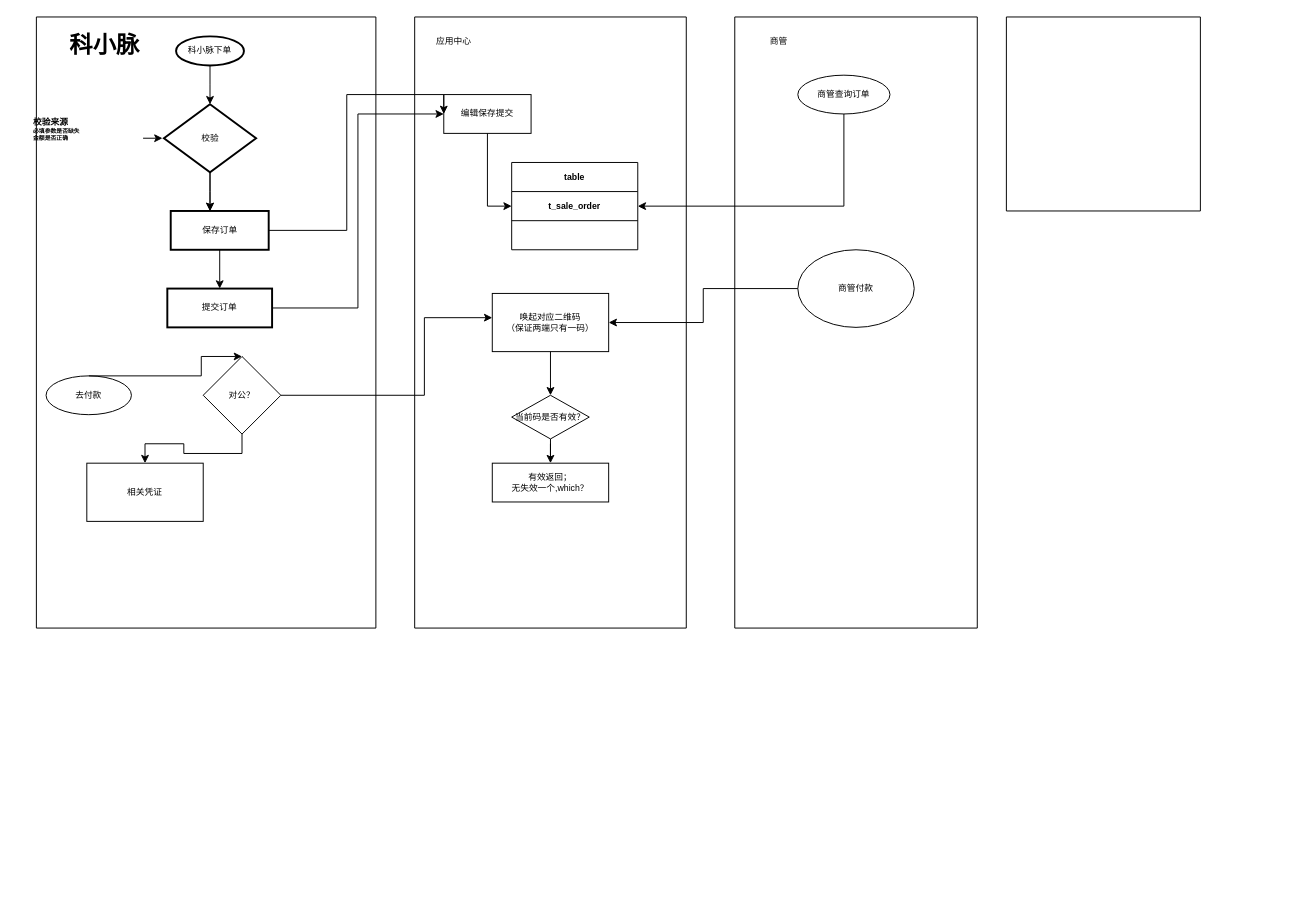
duoduoCain/blog keeps this draw.io diagram as page "第 1 页" (1 of 2) of 231流程.drawio. Above is the earlier version. Source tidied: cells renumbered, new cells numbered last; positions are measured from the earlier drawing's top-left corner, leaving out a move shared by most shapes. Both pictures are drawn from the tidied source at 97%, with x=0, y=0 at pixel (28, 16).
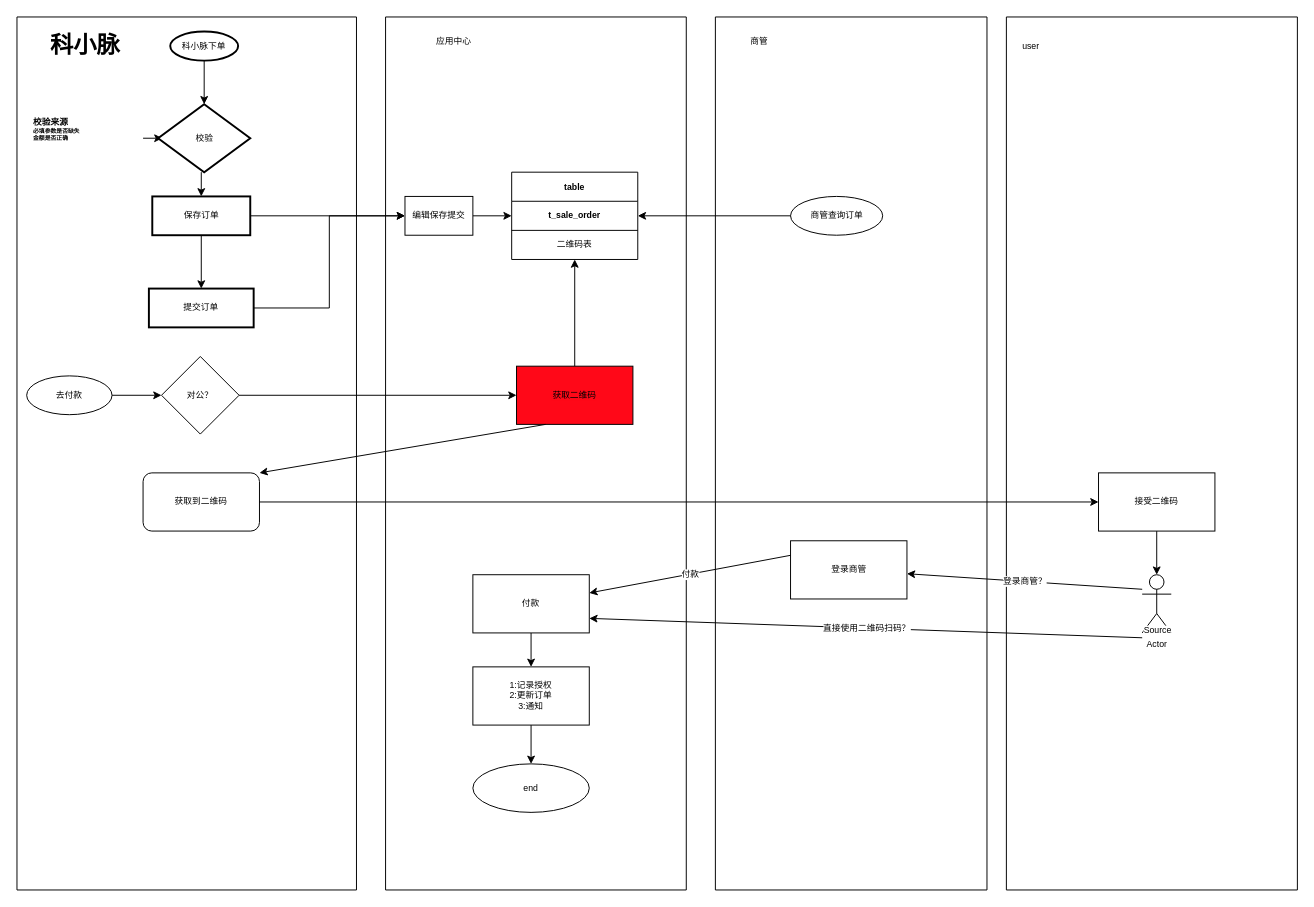
The same page after the edit.

Unchanged cells that the change refers to:
```xml
<mxCell id="14" value="去付款" style="ellipse;whiteSpace=wrap;html=1;fontSize=9;" parent="9" vertex="1">
  <mxGeometry x="10" y="370" width="88" height="40" as="geometry" />
</mxCell>
<mxCell id="19" style="shape=tableRow;horizontal=0;startSize=0;swimlaneHead=0;swimlaneBody=0;top=0;left=0;bottom=0;right=0;fillColor=none;points=[[0,0.5],[1,0.5]];portConstraint=eastwest;fontSize=9;" parent="18" vertex="1">
  <mxGeometry y="30" width="130" height="30" as="geometry" />
</mxCell>
<mxCell id="21" style="shape=tableRow;horizontal=0;startSize=0;swimlaneHead=0;swimlaneBody=0;top=0;left=0;bottom=0;right=0;fillColor=none;fontSize=9;" parent="18" vertex="1">
  <mxGeometry y="60" width="130" height="30" as="geometry" />
</mxCell>
```

Change to the diagram source:
```diff
@@
-    <mxCell id="2" style="edgeStyle=orthogonalEdgeStyle;rounded=0;jettySize=auto;html=1;exitX=0.5;exitY=1;exitDx=0;exitDy=0;exitPerimeter=0;fontSize=9;" parent="1" edge="1" source="3">
-      <mxGeometry relative="1" as="geometry">
-        <mxPoint x="187" y="90" as="targetPoint" />
-      </mxGeometry>
-    </mxCell>
-    <mxCell id="3" value="&lt;h6 style=&quot;font-size: 9px;&quot;&gt;&lt;font style=&quot;font-weight: normal; font-size: 9px;&quot;&gt;科小脉下单&lt;/font&gt;&lt;/h6&gt;" style="strokeWidth=2;html=1;shape=mxgraph.flowchart.start_1;whiteSpace=wrap;fontSize=9;" parent="1" vertex="1">
-      <mxGeometry x="152" y="20" width="70" height="30" as="geometry" />
-    </mxCell>
-    <mxCell id="4" style="edgeStyle=orthogonalEdgeStyle;rounded=0;jettySize=auto;html=1;fontSize=9;" parent="1" edge="1" source="6">
-      <mxGeometry relative="1" as="geometry">
-        <mxPoint x="187" y="200" as="targetPoint" />
-      </mxGeometry>
-    </mxCell>
-    <mxCell id="5" style="edgeStyle=orthogonalEdgeStyle;rounded=0;jettySize=auto;html=1;fontSize=9;" parent="1" edge="1" source="6">
-      <mxGeometry relative="1" as="geometry">
-        <mxPoint x="187" y="200" as="targetPoint" />
-      </mxGeometry>
-    </mxCell>
-    <mxCell id="6" value="校验" style="strokeWidth=2;html=1;shape=mxgraph.flowchart.decision;whiteSpace=wrap;fontSize=9;" parent="1" vertex="1">
-      <mxGeometry x="139.5" y="90" width="95" height="70" as="geometry" />
-    </mxCell>
@@
     <mxCell id="9" style="swimlane;startSize=0;fontSize=9;" parent="1" vertex="1">
-      <mxGeometry x="8" width="350" height="630" as="geometry" />
+      <mxGeometry x="-12" width="350" height="900" as="geometry" />
     </mxCell>
     <mxCell id="10" value="提交订单" style="whiteSpace=wrap;html=1;fontSize=9;strokeWidth=2;" parent="9" vertex="1">
-      <mxGeometry x="135" y="280" width="108" height="40" as="geometry" />
+      <mxGeometry x="136" y="280" width="108" height="40" as="geometry" />
     </mxCell>
     <mxCell id="11" value="保存订单" style="whiteSpace=wrap;html=1;strokeWidth=2;fontSize=9;" parent="9" vertex="1">
-      <mxGeometry x="138.5" y="200" width="101" height="40" as="geometry" />
+      <mxGeometry x="139.5" y="185" width="101" height="40" as="geometry" />
     </mxCell>
@@
+    <mxCell id="39" style="edgeStyle=orthogonalEdgeStyle;rounded=0;jettySize=auto;html=1;exitX=1;exitY=0.5;exitDx=0;exitDy=0;fontSize=9;" parent="9" edge="1" source="14" target="38">
+      <mxGeometry relative="1" as="geometry" />
+    </mxCell>
@@
-    <mxCell id="15" value="相关凭证" style="whiteSpace=wrap;html=1;fontSize=9;" parent="9" vertex="1">
-      <mxGeometry x="52" y="460" width="120" height="60" as="geometry" />
-    </mxCell>
+    <mxCell id="38" value="对公？" style="rhombus;whiteSpace=wrap;html=1;fontSize=9;" parent="9" vertex="1">
+      <mxGeometry x="149" y="350" width="80" height="80" as="geometry" />
+    </mxCell>
+    <mxCell id="43" value="获取到二维码" style="rounded=1;whiteSpace=wrap;html=1;labelBackgroundColor=#FFFFFF;fontSize=9;fillColor=#FFFFFF;gradientColor=none;" parent="9" vertex="1">
+      <mxGeometry x="130" y="470" width="120" height="60" as="geometry" />
+    </mxCell>
+    <mxCell id="6" value="校验" style="strokeWidth=2;html=1;shape=mxgraph.flowchart.decision;whiteSpace=wrap;fontSize=9;" parent="9" vertex="1">
+      <mxGeometry x="145.5" y="90" width="95" height="70" as="geometry" />
+    </mxCell>
+    <mxCell id="3" value="&lt;h6 style=&quot;font-size: 9px;&quot;&gt;&lt;font style=&quot;font-weight: normal; font-size: 9px;&quot;&gt;科小脉下单&lt;/font&gt;&lt;/h6&gt;" style="strokeWidth=2;html=1;shape=mxgraph.flowchart.start_1;whiteSpace=wrap;fontSize=9;" parent="9" vertex="1">
+      <mxGeometry x="158" y="15" width="70" height="30" as="geometry" />
+    </mxCell>
+    <mxCell id="44" style="endArrow=classic;html=1;rounded=0;fontSize=9;entryX=0.5;entryY=0;entryDx=0;entryDy=0;" parent="9" edge="1" target="11">
+      <mxGeometry relative="1" as="geometry">
+        <mxPoint x="190" y="160" as="sourcePoint" />
+      </mxGeometry>
+    </mxCell>
+    <mxCell id="45" style="edgeLabel;html=1;align=center;verticalAlign=middle;labelBackgroundColor=#FFFFFF;fontSize=9;fillColor=#FFFFFF;gradientColor=none;" parent="44" vertex="1">
+      <mxGeometry relative="1" as="geometry" />
+    </mxCell>
+    <mxCell id="46" style="endArrow=classic;html=1;rounded=0;fontSize=9;entryX=0.5;entryY=0;entryDx=0;entryDy=0;entryPerimeter=0;" parent="9" edge="1" source="3" target="6">
+      <mxGeometry relative="1" as="geometry" />
+    </mxCell>
+    <mxCell id="47" style="edgeLabel;html=1;align=center;verticalAlign=middle;labelBackgroundColor=#FFFFFF;fontSize=9;fillColor=#FFFFFF;gradientColor=none;" parent="46" vertex="1">
+      <mxGeometry relative="1" as="geometry" />
+    </mxCell>
+    <mxCell id="29" style="edgeStyle=orthogonalEdgeStyle;rounded=0;jettySize=auto;html=1;exitX=1;exitY=0.5;exitDx=0;exitDy=0;entryX=0;entryY=0.5;entryDx=0;entryDy=0;fontSize=9;" parent="1" edge="1" source="11" target="17">
+      <mxGeometry relative="1" as="geometry">
+        <Array as="points">
+          <mxPoint x="228" y="205" />
+        </Array>
+      </mxGeometry>
+    </mxCell>
+    <mxCell id="30" style="edgeStyle=orthogonalEdgeStyle;rounded=0;jettySize=auto;html=1;entryX=0;entryY=0.5;entryDx=0;entryDy=0;fontSize=9;" parent="1" edge="1" source="10" target="17">
+      <mxGeometry relative="1" as="geometry" />
+    </mxCell>
+    <mxCell id="31" style="swimlane;startSize=0;fontSize=9;" parent="1" vertex="1">
+      <mxGeometry x="708" width="280" height="900" as="geometry" />
+    </mxCell>
+    <mxCell id="32" value="商管" style="text;html=1;align=center;verticalAlign=middle;strokeColor=none;fillColor=none;fontSize=9;" parent="31" vertex="1">
+      <mxGeometry x="20" y="10" width="50" height="30" as="geometry" />
+    </mxCell>
+    <mxCell id="33" value="商管查询订单" style="ellipse;whiteSpace=wrap;html=1;fontSize=9;" parent="31" vertex="1">
+      <mxGeometry x="77.5" y="185" width="95" height="40" as="geometry" />
+    </mxCell>
+    <mxCell id="48" value="登录商管" style="rounded=0;whiteSpace=wrap;html=1;labelBackgroundColor=#FFFFFF;fontSize=9;fillColor=#FFFFFF;gradientColor=none;" parent="31" vertex="1">
+      <mxGeometry x="77.5" y="540" width="120" height="60" as="geometry" />
+    </mxCell>
+    <mxCell id="35" value="应用中心" style="text;html=1;align=center;verticalAlign=middle;strokeColor=none;fillColor=none;fontSize=9;" parent="1" vertex="1">
+      <mxGeometry x="398" y="10" width="80" height="30" as="geometry" />
+    </mxCell>
+    <mxCell id="40" style="edgeStyle=orthogonalEdgeStyle;rounded=0;jettySize=auto;html=1;entryX=1;entryY=0.5;entryDx=0;entryDy=0;fontSize=9;" parent="1" edge="1" source="33" target="19">
+      <mxGeometry relative="1" as="geometry" />
+    </mxCell>
+    <mxCell id="42" style="swimlane;startSize=0;fontSize=9;" parent="1" vertex="1">
+      <mxGeometry x="1008" width="300" height="900" as="geometry" />
+    </mxCell>
+    <mxCell id="49" value="user" style="text;html=1;align=center;verticalAlign=middle;strokeColor=none;fillColor=none;fontSize=9;" parent="42" vertex="1">
+      <mxGeometry y="15" width="50" height="30" as="geometry" />
+    </mxCell>
+    <mxCell id="50" style="edgeStyle=orthogonalEdgeStyle;rounded=0;jettySize=auto;html=1;entryX=0.5;entryY=0;entryDx=0;entryDy=0;entryPerimeter=0;fontSize=9;" parent="42" edge="1" source="51" target="52">
+      <mxGeometry relative="1" as="geometry" />
+    </mxCell>
+    <mxCell id="51" value="接受二维码" style="rounded=0;whiteSpace=wrap;html=1;labelBackgroundColor=#FFFFFF;fontSize=9;fillColor=#FFFFFF;gradientColor=none;" parent="42" vertex="1">
+      <mxGeometry x="95" y="470" width="120" height="60" as="geometry" />
+    </mxCell>
+    <mxCell id="52" value="Actor" style="shape=umlActor;verticalLabelPosition=bottom;verticalAlign=top;html=1;outlineConnect=0;labelBackgroundColor=#FFFFFF;fontSize=9;fillColor=#FFFFFF;gradientColor=none;" parent="42" vertex="1">
+      <mxGeometry x="140" y="575" width="30" height="60" as="geometry" />
+    </mxCell>
+    <mxCell id="53" style="endArrow=classic;html=1;rounded=0;fontSize=9;" parent="42" edge="1" target="48">
+      <mxGeometry relative="1" as="geometry">
+        <mxPoint x="140" y="590" as="sourcePoint" />
+      </mxGeometry>
+    </mxCell>
+    <mxCell id="54" value="登录商管？" style="edgeLabel;html=1;align=center;verticalAlign=middle;labelBackgroundColor=#FFFFFF;fontSize=9;fillColor=#FFFFFF;gradientColor=none;" parent="53" vertex="1">
+      <mxGeometry relative="1" as="geometry" />
+    </mxCell>
+    <mxCell id="55" style="endArrow=classic;html=1;rounded=0;fontSize=9;entryX=1;entryY=0.75;entryDx=0;entryDy=0;" parent="42" edge="1" target="61">
+      <mxGeometry relative="1" as="geometry">
+        <mxPoint x="140" y="640" as="sourcePoint" />
+      </mxGeometry>
+    </mxCell>
+    <mxCell id="56" value="直接使用二维码扫码？" style="edgeLabel;html=1;align=center;verticalAlign=middle;labelBackgroundColor=#FFFFFF;fontSize=9;fillColor=#FFFFFF;gradientColor=none;" parent="55" vertex="1">
+      <mxGeometry relative="1" as="geometry" />
+    </mxCell>
+    <mxCell id="57" value="Source" style="edgeLabel;html=1;align=left;verticalAlign=bottom;labelBackgroundColor=#FFFFFF;fontSize=9;fillColor=#FFFFFF;gradientColor=none;" parent="55" vertex="1">
+      <mxGeometry x="-1" relative="1" as="geometry" />
+    </mxCell>
-    <mxCell id="16" style="swimlane;startSize=0;fontSize=9;" parent="1" vertex="1">
-      <mxGeometry x="398" width="280" height="630" as="geometry" />
+    <mxCell id="16" style="swimlane;startSize=0;fontSize=9;fillColor=#FF0818;labelBackgroundColor=#FF0818;" parent="1" vertex="1">
+      <mxGeometry x="368" width="310" height="900" as="geometry" />
     </mxCell>
+    <mxCell id="23" style="edgeStyle=orthogonalEdgeStyle;rounded=0;jettySize=auto;html=1;entryX=0;entryY=0.5;entryDx=0;entryDy=0;fontSize=9;" parent="16" edge="1" source="17" target="19">
+      <mxGeometry relative="1" as="geometry" />
+    </mxCell>
     <mxCell id="17" value="编辑保存提交" style="rounded=0;whiteSpace=wrap;html=1;fontSize=9;" parent="16" vertex="1">
-      <mxGeometry x="30" y="80" width="90" height="40" as="geometry" />
+      <mxGeometry x="20" y="185" width="70" height="40" as="geometry" />
     </mxCell>
     <mxCell id="18" value="table" style="shape=table;startSize=30;childLayout=tableLayout;fontStyle=1;align=center;fontSize=9;" parent="16" vertex="1">
-      <mxGeometry x="100" y="150" width="130" height="90" as="geometry" />
+      <mxGeometry x="130" y="160" width="130" height="90" as="geometry" />
     </mxCell>
@@
-    <mxCell id="22" style="shape=partialRectangle;html=1;whiteSpace=wrap;fillColor=none;top=0;left=0;bottom=0;right=0;overflow=hidden;fontSize=9;" parent="21" vertex="1">
+    <mxCell id="22" value="二维码表" style="shape=partialRectangle;html=1;whiteSpace=wrap;fillColor=none;top=0;left=0;bottom=0;right=0;overflow=hidden;fontSize=9;" parent="21" vertex="1">
       <mxGeometry width="130" height="30" as="geometry" />
     </mxCell>
-    <mxCell id="23" style="edgeStyle=orthogonalEdgeStyle;rounded=0;jettySize=auto;html=1;exitX=0.5;exitY=1;exitDx=0;exitDy=0;entryX=0;entryY=0.5;entryDx=0;entryDy=0;fontSize=9;" parent="16" edge="1" source="17" target="19">
-      <mxGeometry relative="1" as="geometry" />
-    </mxCell>
-    <mxCell id="24" value="唤起对应二维码&lt;br&gt;（保证两端只有一码）" style="whiteSpace=wrap;html=1;fontSize=9;" parent="16" vertex="1">
-      <mxGeometry x="80" y="285" width="120" height="60" as="geometry" />
-    </mxCell>
-    <mxCell id="25" value="当前码是否有效？" style="rhombus;whiteSpace=wrap;html=1;fontSize=9;" parent="16" vertex="1">
-      <mxGeometry x="100" y="390" width="80" height="45" as="geometry" />
-    </mxCell>
-    <mxCell id="26" style="edgeStyle=orthogonalEdgeStyle;rounded=0;jettySize=auto;html=1;fontSize=9;" parent="16" edge="1" source="24" target="25">
-      <mxGeometry relative="1" as="geometry" />
-    </mxCell>
-    <mxCell id="27" value="有效返回；&lt;br&gt;无失效一个,which？" style="whiteSpace=wrap;html=1;fontSize=9;" parent="16" vertex="1">
-      <mxGeometry x="80" y="460" width="120" height="40" as="geometry" />
-    </mxCell>
-    <mxCell id="28" style="edgeStyle=orthogonalEdgeStyle;rounded=0;jettySize=auto;html=1;fontSize=9;" parent="16" edge="1" source="25" target="27">
-      <mxGeometry relative="1" as="geometry" />
-    </mxCell>
-    <mxCell id="29" style="edgeStyle=orthogonalEdgeStyle;rounded=0;jettySize=auto;html=1;exitX=1;exitY=0.5;exitDx=0;exitDy=0;entryX=0;entryY=0.5;entryDx=0;entryDy=0;fontSize=9;" parent="1" edge="1" source="11" target="17">
-      <mxGeometry relative="1" as="geometry">
-        <Array as="points">
-          <mxPoint x="328" y="220" />
-          <mxPoint x="328" y="80" />
-        </Array>
-      </mxGeometry>
-    </mxCell>
-    <mxCell id="30" style="edgeStyle=orthogonalEdgeStyle;rounded=0;jettySize=auto;html=1;entryX=0;entryY=0.5;entryDx=0;entryDy=0;fontSize=9;" parent="1" edge="1" source="10" target="17">
-      <mxGeometry relative="1" as="geometry" />
-    </mxCell>
-    <mxCell id="31" style="swimlane;startSize=0;fontSize=9;" parent="1" vertex="1">
-      <mxGeometry x="728" width="250" height="630" as="geometry" />
-    </mxCell>
-    <mxCell id="32" value="商管" style="text;html=1;align=center;verticalAlign=middle;strokeColor=none;fillColor=none;fontSize=9;" parent="31" vertex="1">
-      <mxGeometry x="20" y="10" width="50" height="30" as="geometry" />
-    </mxCell>
-    <mxCell id="33" value="商管查询订单" style="ellipse;whiteSpace=wrap;html=1;fontSize=9;" parent="31" vertex="1">
-      <mxGeometry x="65" y="60" width="95" height="40" as="geometry" />
-    </mxCell>
-    <mxCell id="34" value="商管付款" style="ellipse;whiteSpace=wrap;html=1;fontSize=9;" parent="31" vertex="1">
-      <mxGeometry x="65" y="240" width="120" height="80" as="geometry" />
-    </mxCell>
-    <mxCell id="35" value="应用中心" style="text;html=1;align=center;verticalAlign=middle;strokeColor=none;fillColor=none;fontSize=9;" parent="1" vertex="1">
-      <mxGeometry x="398" y="10" width="80" height="30" as="geometry" />
-    </mxCell>
-    <mxCell id="36" style="edgeStyle=orthogonalEdgeStyle;rounded=0;jettySize=auto;html=1;fontSize=9;" parent="1" edge="1" source="38" target="15">
-      <mxGeometry relative="1" as="geometry" />
-    </mxCell>
-    <mxCell id="37" style="edgeStyle=orthogonalEdgeStyle;rounded=0;jettySize=auto;html=1;fontSize=9;" parent="1" edge="1" source="38" target="24">
-      <mxGeometry relative="1" as="geometry">
-        <Array as="points">
-          <mxPoint x="408" y="390" />
-          <mxPoint x="408" y="310" />
-        </Array>
-      </mxGeometry>
-    </mxCell>
-    <mxCell id="38" value="对公？" style="rhombus;whiteSpace=wrap;html=1;fontSize=9;" parent="1" vertex="1">
-      <mxGeometry x="180" y="350" width="80" height="80" as="geometry" />
-    </mxCell>
-    <mxCell id="39" style="edgeStyle=orthogonalEdgeStyle;rounded=0;jettySize=auto;html=1;fontSize=9;entryX=0.5;entryY=0;entryDx=0;entryDy=0;" parent="1" edge="1" source="14" target="38">
-      <mxGeometry relative="1" as="geometry">
-        <Array as="points">
-          <mxPoint x="178" y="370" />
-          <mxPoint x="178" y="350" />
-        </Array>
-      </mxGeometry>
-    </mxCell>
-    <mxCell id="40" style="edgeStyle=orthogonalEdgeStyle;rounded=0;jettySize=auto;html=1;entryX=1;entryY=0.5;entryDx=0;entryDy=0;fontSize=9;" parent="1" edge="1" source="33" target="19">
-      <mxGeometry relative="1" as="geometry" />
-    </mxCell>
-    <mxCell id="41" style="edgeStyle=orthogonalEdgeStyle;rounded=0;jettySize=auto;html=1;entryX=1;entryY=0.5;entryDx=0;entryDy=0;fontSize=9;" parent="1" edge="1" source="34" target="24">
-      <mxGeometry relative="1" as="geometry" />
-    </mxCell>
-    <mxCell id="42" style="swimlane;startSize=0;fontSize=9;" parent="1" vertex="1">
-      <mxGeometry x="1008" width="200" height="200" as="geometry" />
-    </mxCell>
+    <mxCell id="58" style="edgeStyle=orthogonalEdgeStyle;rounded=0;jettySize=auto;html=1;entryX=0.5;entryY=1;entryDx=0;entryDy=0;fontSize=9;" parent="16" edge="1" source="59" target="18">
+      <mxGeometry relative="1" as="geometry" />
+    </mxCell>
+    <mxCell id="59" value="获取二维码" style="rounded=0;whiteSpace=wrap;html=1;labelBackgroundColor=#FF0818;fontSize=9;fillColor=#FF0818;gradientColor=none;" parent="16" vertex="1">
+      <mxGeometry x="135" y="360" width="120" height="60" as="geometry" />
+    </mxCell>
+    <mxCell id="60" style="edgeStyle=orthogonalEdgeStyle;rounded=0;jettySize=auto;html=1;exitX=0.5;exitY=1;exitDx=0;exitDy=0;entryX=0.5;entryY=0;entryDx=0;entryDy=0;fontSize=9;" parent="16" edge="1" source="61" target="63">
+      <mxGeometry relative="1" as="geometry" />
+    </mxCell>
+    <mxCell id="61" value="付款" style="rounded=0;whiteSpace=wrap;html=1;labelBackgroundColor=#FFFFFF;fontSize=9;fillColor=#FFFFFF;gradientColor=none;" parent="16" vertex="1">
+      <mxGeometry x="90" y="575" width="120" height="60" as="geometry" />
+    </mxCell>
+    <mxCell id="62" style="edgeStyle=orthogonalEdgeStyle;rounded=0;jettySize=auto;html=1;entryX=0.5;entryY=0;entryDx=0;entryDy=0;fontSize=9;" parent="16" edge="1" source="63" target="64">
+      <mxGeometry relative="1" as="geometry" />
+    </mxCell>
+    <mxCell id="63" value="1:记录授权&lt;br&gt;2:更新订单&lt;br&gt;3:通知" style="rounded=0;whiteSpace=wrap;html=1;labelBackgroundColor=#FFFFFF;fontSize=9;fillColor=#FFFFFF;gradientColor=none;" parent="16" vertex="1">
+      <mxGeometry x="90" y="670" width="120" height="60" as="geometry" />
+    </mxCell>
+    <mxCell id="64" value="end" style="ellipse;whiteSpace=wrap;html=1;labelBackgroundColor=#FFFFFF;fontSize=9;fillColor=#FFFFFF;gradientColor=none;" parent="16" vertex="1">
+      <mxGeometry x="90" y="770" width="120" height="50" as="geometry" />
+    </mxCell>
+    <mxCell id="65" style="edgeStyle=orthogonalEdgeStyle;rounded=0;jettySize=auto;html=1;fontSize=9;" parent="1" edge="1" source="38" target="59">
+      <mxGeometry relative="1" as="geometry" />
+    </mxCell>
+    <mxCell id="66" style="endArrow=classic;html=1;rounded=0;fontSize=9;entryX=1;entryY=0;entryDx=0;entryDy=0;exitX=0.25;exitY=1;exitDx=0;exitDy=0;" parent="1" edge="1" source="59" target="43">
+      <mxGeometry relative="1" as="geometry" />
+    </mxCell>
+    <mxCell id="67" style="edgeStyle=orthogonalEdgeStyle;rounded=0;jettySize=auto;html=1;entryX=0;entryY=0.5;entryDx=0;entryDy=0;fontSize=9;" parent="1" edge="1" source="43" target="51">
+      <mxGeometry relative="1" as="geometry" />
+    </mxCell>
+    <mxCell id="68" style="endArrow=classic;html=1;rounded=0;fontSize=9;exitX=0;exitY=0.25;exitDx=0;exitDy=0;" parent="1" edge="1" source="48" target="61">
+      <mxGeometry relative="1" as="geometry" />
+    </mxCell>
+    <mxCell id="69" value="付款" style="edgeLabel;html=1;align=center;verticalAlign=middle;labelBackgroundColor=#FFFFFF;fontSize=9;fillColor=#FFFFFF;gradientColor=none;" parent="68" vertex="1">
+      <mxGeometry relative="1" as="geometry" />
+    </mxCell>
```
